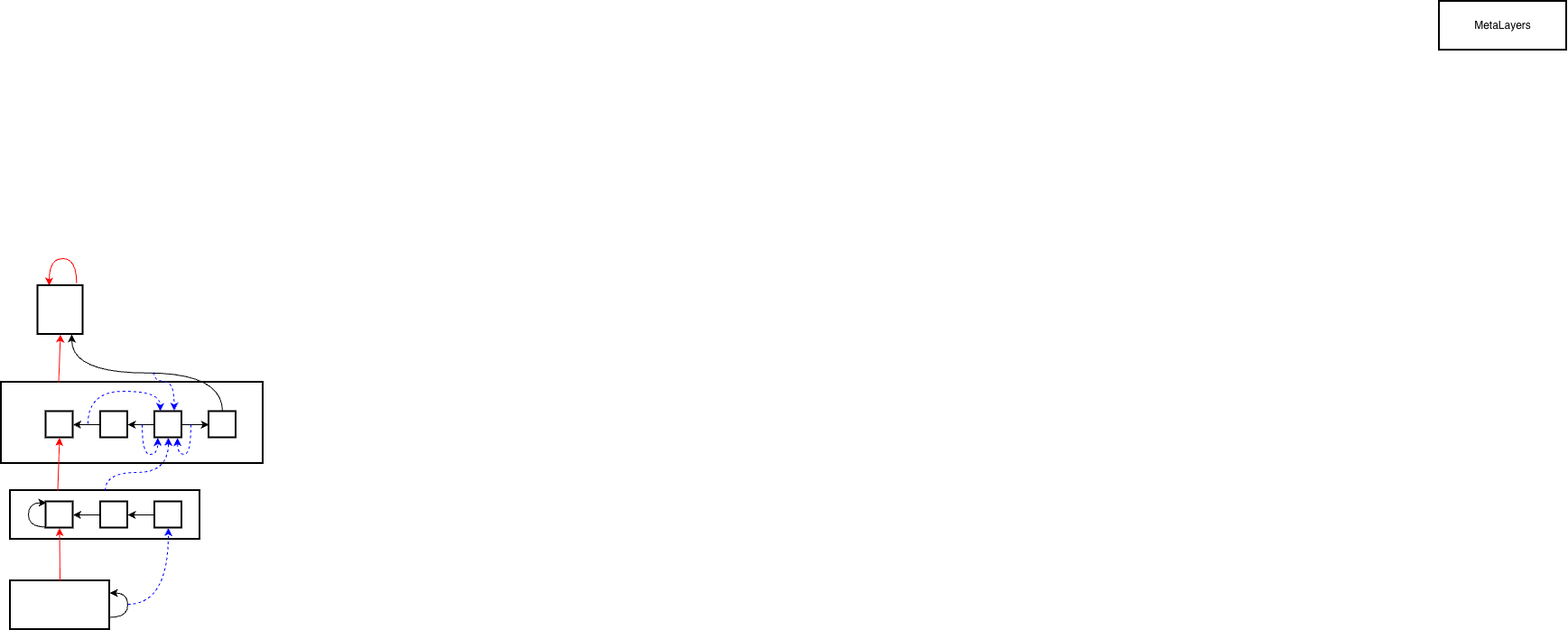
The draw.io diagram MetaLayersScheme3.drawio.png in kneissler/trigraph, before a commit. Source tidied: cells renumbered, new cells last; positions are measured from the earlier drawing's top-left corner, leaving out a move shared by most shapes.
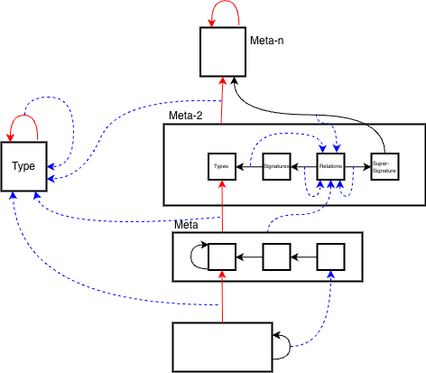
After the change.

The edit, as a diff of the source:
```diff
@@ -5,9 +5,6 @@
     <mxCell id="2" style="whiteSpace=wrap;strokeWidth=2;" parent="1" vertex="1">
       <mxGeometry y="422" width="290" height="90" as="geometry" />
     </mxCell>
-    <mxCell id="3" value="MetaLayers" style="whiteSpace=wrap;strokeWidth=2;" parent="1" vertex="1">
-      <mxGeometry x="1593" width="141" height="54" as="geometry" />
-    </mxCell>
     <mxCell id="4" style="whiteSpace=wrap;strokeWidth=2;" parent="1" vertex="1">
       <mxGeometry x="10" y="642" width="110" height="54" as="geometry" />
     </mxCell>
@@ -91,8 +88,10 @@
     <mxCell id="22" style="whiteSpace=wrap;strokeWidth=2;" parent="1" vertex="1">
       <mxGeometry x="170" y="454.5" width="30" height="29" as="geometry" />
     </mxCell>
-    <mxCell id="23" style="endArrow=classic;html=1;rounded=0;exitX=0.25;exitY=0;exitDx=0;exitDy=0;entryX=0.5;entryY=1;entryDx=0;entryDy=0;strokeColor=#FF0000;" parent="1" edge="1" source="5" target="17">
-      <mxGeometry relative="1" as="geometry" />
+    <mxCell id="23" style="endArrow=classic;html=1;rounded=0;entryX=0.5;entryY=1;entryDx=0;entryDy=0;strokeColor=#FF0000;" parent="1" edge="1" target="17">
+      <mxGeometry relative="1" as="geometry">
+        <mxPoint x="65" y="542" as="sourcePoint" />
+      </mxGeometry>
     </mxCell>
     <mxCell id="24" style="whiteSpace=wrap;strokeWidth=2;" parent="1" vertex="1">
       <mxGeometry x="230" y="454.5" width="30" height="29" as="geometry" />
@@ -144,5 +143,73 @@
         </Array>
       </mxGeometry>
     </mxCell>
+    <mxCell id="32" value="Meta" style="text;strokeColor=none;fillColor=none;align=left;verticalAlign=middle;spacingLeft=4;spacingRight=4;overflow=hidden;whiteSpace=wrap;html=1;" parent="1" vertex="1">
+      <mxGeometry x="5.5" y="519" width="80" height="30" as="geometry" />
+    </mxCell>
+    <mxCell id="33" value="Meta-2" style="text;strokeColor=none;fillColor=none;align=left;verticalAlign=middle;spacingLeft=4;spacingRight=4;overflow=hidden;points=[[0,0.5],[1,0.5]];portConstraint=eastwest;whiteSpace=wrap;html=1;" parent="1" vertex="1">
+      <mxGeometry x="-0.5" y="398" width="80" height="30" as="geometry" />
+    </mxCell>
+    <mxCell id="34" value="Meta-n" style="text;strokeColor=none;fillColor=none;align=left;verticalAlign=middle;spacingLeft=4;spacingRight=4;overflow=hidden;whiteSpace=wrap;html=1;" parent="1" vertex="1">
+      <mxGeometry x="90" y="315" width="80" height="30" as="geometry" />
+    </mxCell>
+    <mxCell id="35" value="&lt;font style=&quot;font-size: 6px;&quot;&gt;Types&lt;/font&gt;" style="text;strokeColor=none;fillColor=none;align=left;verticalAlign=middle;spacingLeft=4;spacingRight=4;overflow=hidden;whiteSpace=wrap;html=1;" parent="1" vertex="1">
+      <mxGeometry x="49.5" y="455" width="50" height="24" as="geometry" />
+    </mxCell>
+    <mxCell id="36" value="&lt;font style=&quot;font-size: 6px;&quot;&gt;Signatures&lt;/font&gt;" style="text;strokeColor=none;fillColor=none;align=left;verticalAlign=middle;spacingLeft=4;spacingRight=4;overflow=hidden;whiteSpace=wrap;html=1;" parent="1" vertex="1">
+      <mxGeometry x="105" y="452" width="45" height="30" as="geometry" />
+    </mxCell>
+    <mxCell id="37" value="&lt;font style=&quot;font-size: 6px;&quot;&gt;Relations&lt;/font&gt;" style="text;strokeColor=none;fillColor=none;align=left;verticalAlign=middle;spacingLeft=4;spacingRight=4;overflow=hidden;whiteSpace=wrap;html=1;" parent="1" vertex="1">
+      <mxGeometry x="167" y="452" width="40" height="30" as="geometry" />
+    </mxCell>
+    <mxCell id="38" value="&lt;font&gt;Super-Signature&lt;/font&gt;" style="text;strokeColor=none;fillColor=none;align=left;verticalAlign=middle;spacingLeft=4;spacingRight=4;overflow=hidden;whiteSpace=wrap;html=1;fontSize=6;" parent="1" vertex="1">
+      <mxGeometry x="226" y="454" width="40" height="30" as="geometry" />
+    </mxCell>
+    <mxCell id="39" value="Type" style="whiteSpace=wrap;strokeWidth=2;" parent="1" vertex="1">
+      <mxGeometry x="-180" y="442" width="50" height="54" as="geometry" />
+    </mxCell>
+    <mxCell id="40" style="endArrow=classic;html=1;rounded=0;strokeColor=#FF0000;edgeStyle=orthogonalEdgeStyle;curved=1;exitX=0.576;exitY=-0.052;exitDx=0;exitDy=0;exitPerimeter=0;" parent="1" edge="1">
+      <mxGeometry relative="1" as="geometry">
+        <mxPoint x="-139.8" y="439.2" as="sourcePoint" />
+        <mxPoint x="-170.2" y="442" as="targetPoint" />
+        <Array as="points">
+          <mxPoint x="-140.2" y="412" />
+          <mxPoint x="-170.2" y="412" />
+        </Array>
+      </mxGeometry>
+    </mxCell>
+    <mxCell id="41" style="endArrow=classic;html=1;rounded=0;strokeColor=#0000FF;edgeStyle=orthogonalEdgeStyle;curved=1;dashed=1;entryX=1;entryY=0.5;entryDx=0;entryDy=0;" parent="1" edge="1" target="39">
+      <mxGeometry relative="1" as="geometry">
+        <mxPoint x="-154" y="412" as="sourcePoint" />
+        <Array as="points">
+          <mxPoint x="-154" y="392" />
+          <mxPoint x="-100" y="392" />
+          <mxPoint x="-100" y="469" />
+        </Array>
+      </mxGeometry>
+    </mxCell>
+    <mxCell id="42" style="endArrow=classic;html=1;rounded=0;curved=1;fontColor=#0000FF;dashed=1;strokeColor=#0000FF;exitX=0.71;exitY=-0.004;exitDx=0;exitDy=0;exitPerimeter=0;entryX=0.75;entryY=1;entryDx=0;entryDy=0;" parent="1" edge="1" target="39">
+      <mxGeometry relative="1" as="geometry">
+        <mxPoint x="62.3" y="524.9" as="sourcePoint" />
+        <Array as="points">
+          <mxPoint x="-130" y="542" />
+        </Array>
+      </mxGeometry>
+    </mxCell>
+    <mxCell id="43" style="endArrow=classic;html=1;rounded=0;curved=1;fontColor=#0000FF;dashed=1;strokeColor=#0000FF;exitX=0.805;exitY=-0.058;exitDx=0;exitDy=0;exitPerimeter=0;entryX=1;entryY=0.75;entryDx=0;entryDy=0;" parent="1" edge="1" source="33" target="39">
+      <mxGeometry relative="1" as="geometry">
+        <Array as="points">
+          <mxPoint x="-50" y="392" />
+          <mxPoint x="-90" y="482" />
+        </Array>
+      </mxGeometry>
+    </mxCell>
+    <mxCell id="44" style="endArrow=classic;html=1;rounded=0;curved=1;fontColor=#0000FF;dashed=1;strokeColor=#0000FF;entryX=0.25;entryY=1;entryDx=0;entryDy=0;" parent="1" edge="1" target="39">
+      <mxGeometry relative="1" as="geometry">
+        <mxPoint x="60" y="622" as="sourcePoint" />
+        <Array as="points">
+          <mxPoint x="-160" y="622" />
+        </Array>
+      </mxGeometry>
+    </mxCell>
   </root>
 </mxGraphModel>
```
